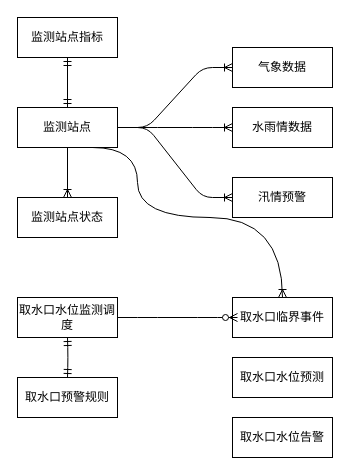
Before: file/waterreser.drawio in DORcode/admin-demo, a draw.io diagram. Source tidied: cells renumbered, new cells numbered last; positions are measured from the earlier drawing's top-left corner, leaving out a move shared by most shapes. Both pictures are drawn from the tidied source at 100%, with x=0, y=0 at pixel (17, 17).
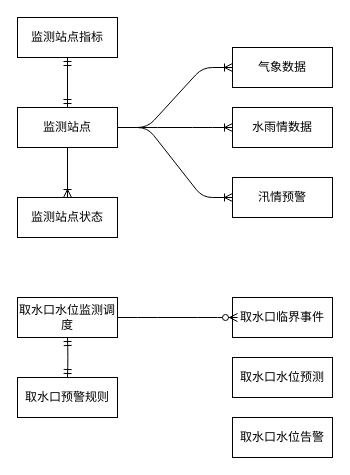
Above is the later version.

Unchanged cells that the change refers to:
```xml
<mxCell id="3" value="监测站点" style="whiteSpace=wrap;html=1;align=center;" parent="1" vertex="1">
  <mxGeometry y="90" width="100" height="40" as="geometry" />
</mxCell>
<mxCell id="14" value="取水口临界事件" style="whiteSpace=wrap;html=1;align=center;" parent="1" vertex="1">
  <mxGeometry x="215" y="280" width="100" height="40" as="geometry" />
</mxCell>
```

Change to the diagram source:
```diff
@@
-    <mxCell id="2" style="edgeStyle=orthogonalEdgeStyle;fontSize=12;html=1;endArrow=ERoneToMany;exitX=0.75;exitY=1;exitDx=0;exitDy=0;entryX=0.5;entryY=0;entryDx=0;entryDy=0;elbow=vertical;curved=1;" parent="1" edge="1" source="3" target="14">
-      <mxGeometry relative="1" as="geometry">
-        <Array as="points">
-          <mxPoint x="120" y="130" />
-          <mxPoint x="120" y="200" />
-          <mxPoint x="265" y="200" />
-        </Array>
-      </mxGeometry>
-    </mxCell>
```
